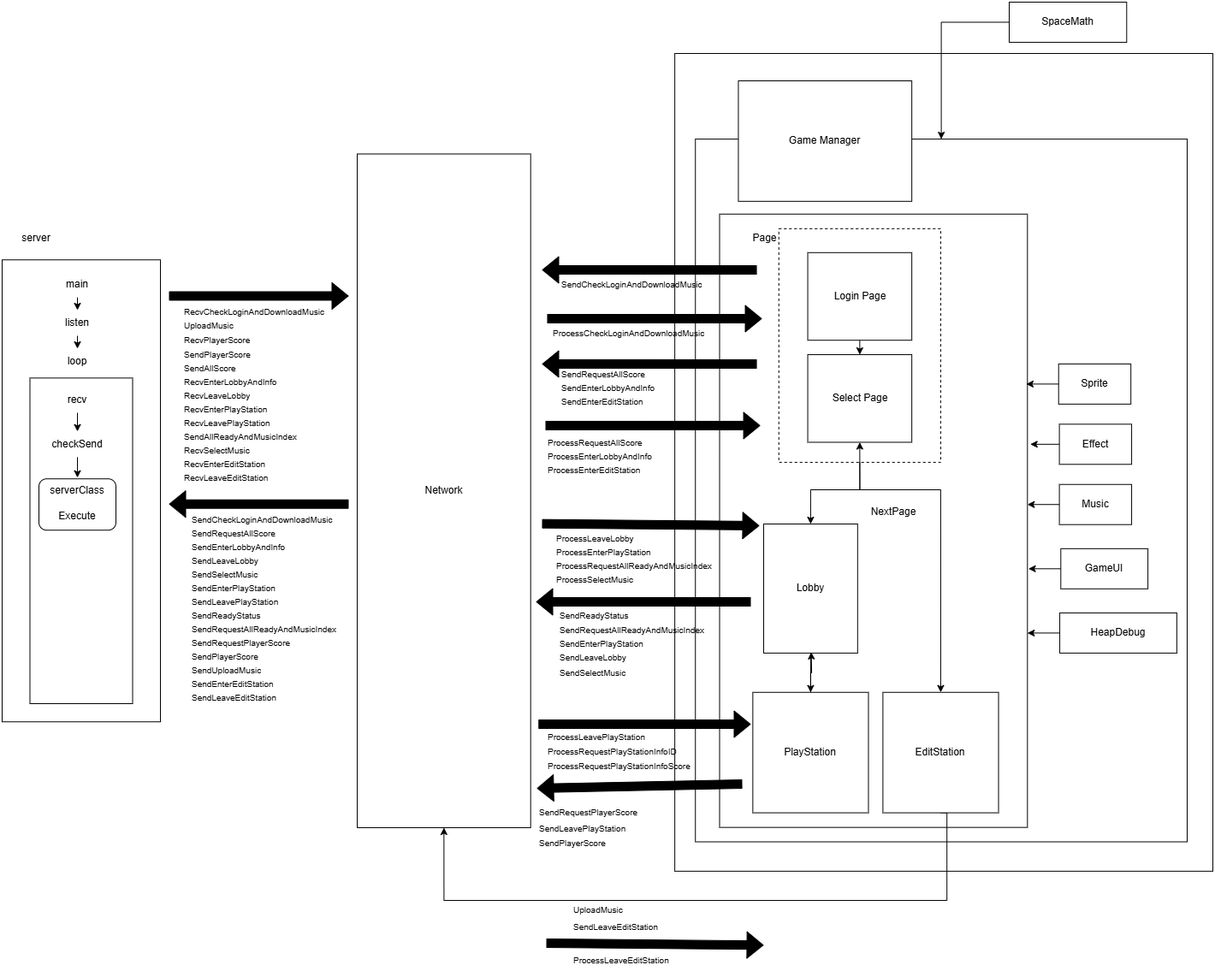
Before: drawio/HLD2.drawio (1).png, a diagram exported from draw.io (rmrgns/NetGameTeamProject). Source tidied: cells renumbered, new cells last; positions are measured from the earlier drawing's top-left corner, leaving out a move shared by most shapes.
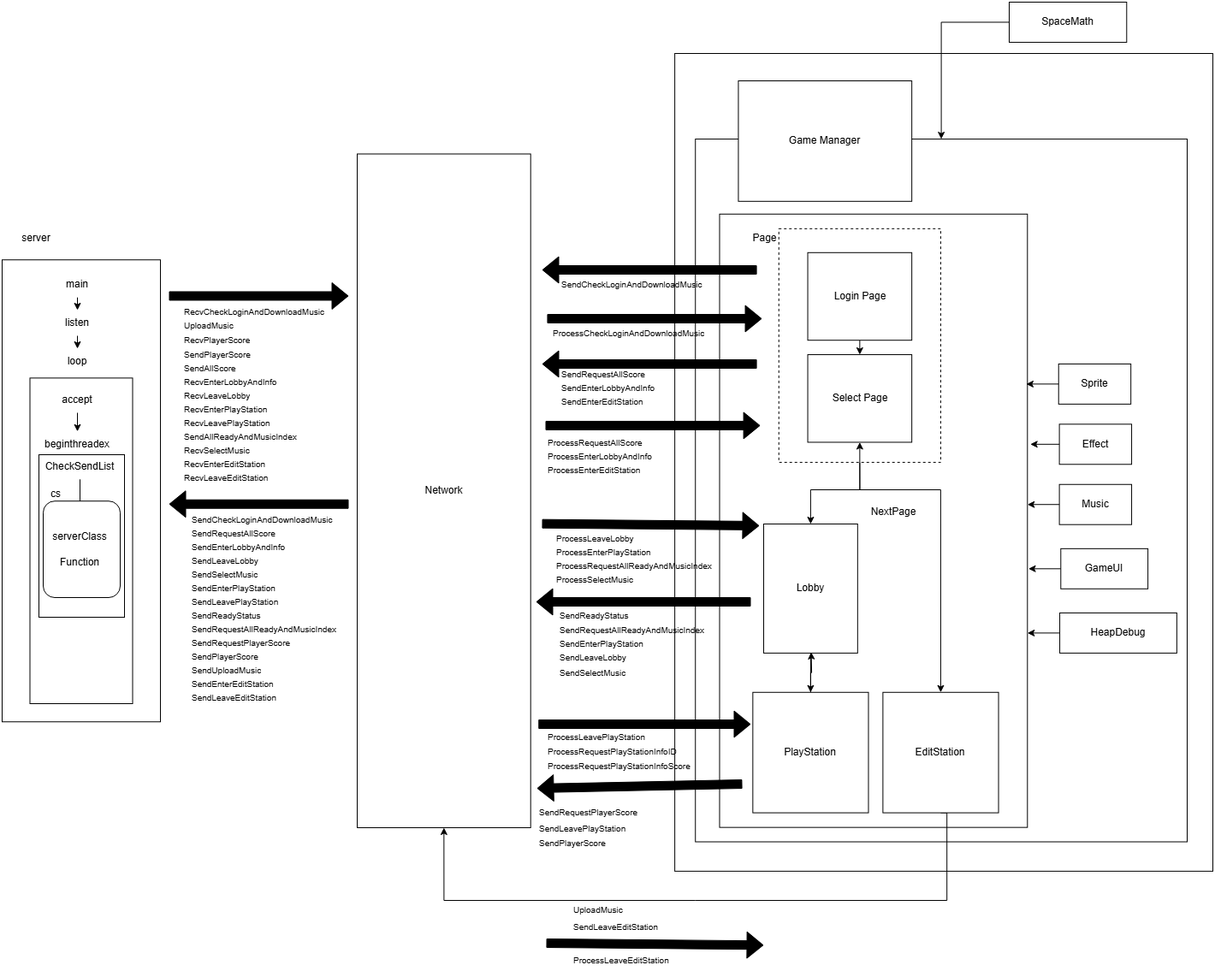
Later version of the same file.

The edit, as a diff of the source:
```diff
@@ -564,29 +564,38 @@
     <mxCell id="169" style="rounded=0;whiteSpace=wrap;html=1;" parent="1" vertex="1">
       <mxGeometry x="32.5" y="439.4" width="120" height="380.6" as="geometry" />
     </mxCell>
-    <mxCell id="170" style="edgeStyle=orthogonalEdgeStyle;rounded=0;jettySize=auto;html=1;exitX=0.5;exitY=1;exitDx=0;exitDy=0;entryX=0.5;entryY=0;entryDx=0;entryDy=0;" parent="1" edge="1" source="171" target="173">
-      <mxGeometry relative="1" as="geometry" />
-    </mxCell>
+    <mxCell id="178" style="edgeStyle=orthogonalEdgeStyle;rounded=0;jettySize=auto;html=1;exitX=0.5;exitY=1;exitDx=0;exitDy=0;entryX=0.5;entryY=0;entryDx=0;entryDy=0;" parent="1" edge="1" source="171" target="181">
+      <mxGeometry relative="1" as="geometry" />
+    </mxCell>
-    <mxCell id="171" value="recv" style="text;html=1;align=center;verticalAlign=middle;whiteSpace=wrap;rounded=0;" parent="1" vertex="1">
+    <mxCell id="171" value="accept" style="text;html=1;align=center;verticalAlign=middle;whiteSpace=wrap;rounded=0;" parent="1" vertex="1">
       <mxGeometry x="58" y="450" width="60" height="30" as="geometry" />
     </mxCell>
+    <mxCell id="179" style="rounded=0;whiteSpace=wrap;html=1;" parent="1" vertex="1">
+      <mxGeometry x="43" y="529" width="100" height="190" as="geometry" />
+    </mxCell>
     <mxCell id="172" style="edgeStyle=orthogonalEdgeStyle;rounded=0;jettySize=auto;html=1;exitX=0.5;exitY=1;exitDx=0;exitDy=0;entryX=0.5;entryY=0;entryDx=0;entryDy=0;" parent="1" edge="1" source="173" target="175">
       <mxGeometry relative="1" as="geometry" />
     </mxCell>
-    <mxCell id="173" value="checkSend" style="text;html=1;align=center;verticalAlign=middle;whiteSpace=wrap;rounded=0;" parent="1" vertex="1">
-      <mxGeometry x="38" y="501.8" width="100" height="30" as="geometry" />
+    <mxCell id="173" value="CheckSendList" style="text;html=1;align=center;verticalAlign=middle;whiteSpace=wrap;rounded=0;" parent="1" vertex="1">
+      <mxGeometry x="41" y="527.8" width="100" height="30" as="geometry" />
     </mxCell>
     <mxCell id="174" style="rounded=1;whiteSpace=wrap;html=1;" parent="1" vertex="1">
-      <mxGeometry x="43" y="557.2" width="90" height="60" as="geometry" />
+      <mxGeometry x="48" y="583.2" width="90" height="112.8" as="geometry" />
     </mxCell>
     <mxCell id="175" value="serverClass" style="text;html=1;align=center;verticalAlign=middle;whiteSpace=wrap;rounded=0;" parent="1" vertex="1">
-      <mxGeometry x="48" y="555.8" width="80" height="30" as="geometry" />
+      <mxGeometry x="51" y="609.8" width="80" height="30" as="geometry" />
     </mxCell>
     <mxCell id="176" value="server" style="text;html=1;align=center;verticalAlign=middle;whiteSpace=wrap;rounded=0;" parent="1" vertex="1">
       <mxGeometry x="10" y="260.6" width="60" height="30" as="geometry" />
     </mxCell>
-    <mxCell id="177" value="Execute" style="text;html=1;align=center;verticalAlign=middle;whiteSpace=wrap;rounded=0;" parent="1" vertex="1">
-      <mxGeometry x="58" y="585.8" width="60" height="30" as="geometry" />
+    <mxCell id="177" value="Function" style="text;html=1;align=center;verticalAlign=middle;whiteSpace=wrap;rounded=0;" parent="1" vertex="1">
+      <mxGeometry x="61" y="639.8" width="60" height="30" as="geometry" />
     </mxCell>
+    <mxCell id="180" value="cs" style="text;html=1;align=center;verticalAlign=middle;whiteSpace=wrap;rounded=0;" parent="1" vertex="1">
+      <mxGeometry x="33" y="559.8" width="60" height="30" as="geometry" />
+    </mxCell>
+    <mxCell id="181" value="beginthreadex" style="text;html=1;align=center;verticalAlign=middle;whiteSpace=wrap;rounded=0;" parent="1" vertex="1">
+      <mxGeometry x="42" y="501.8" width="92" height="30" as="geometry" />
+    </mxCell>
   </root>
 </mxGraphModel>
```
